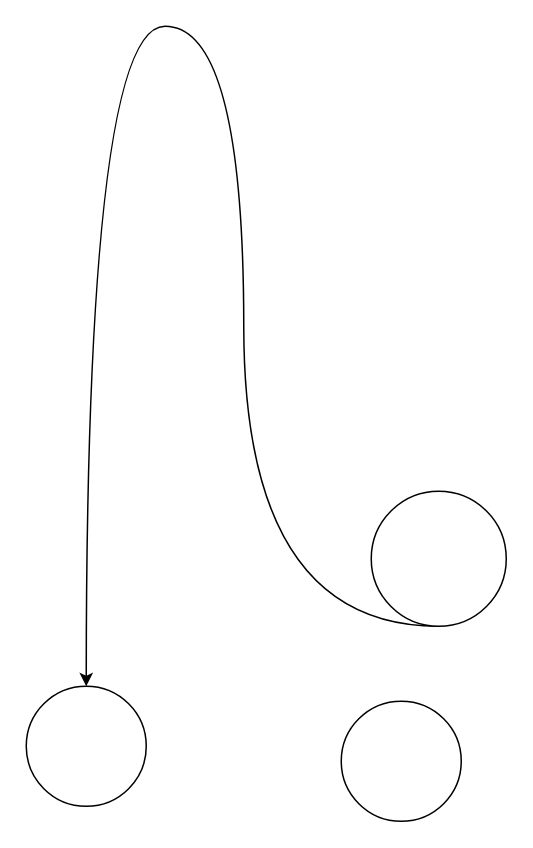
The draw.io diagram test.drawio in vintmd/appdraw, before the edit. Source tidied: cells renumbered, new cells numbered last; positions are measured from the earlier drawing's top-left corner, leaving out a move shared by most shapes. Both pictures are drawn from the tidied source at 150%, with x=0, y=0 at pixel (26, 26).
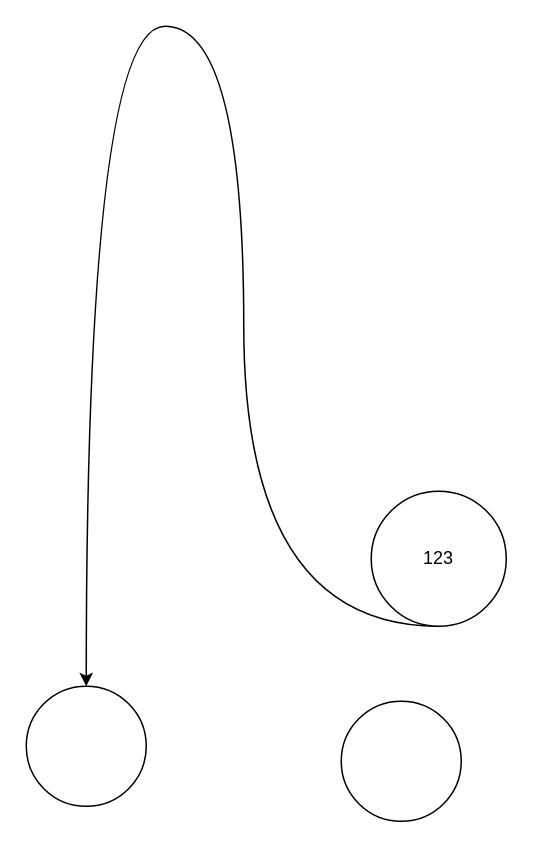
The same page after the edit.

Change to the diagram source:
```diff
@@
 <mxGraphModel>
   <root>
     <mxCell id="0" />
     <mxCell id="1" parent="0" />
     <mxCell id="2" style="edgeStyle=orthogonalEdgeStyle;rounded=0;jettySize=auto;html=1;exitX=0.5;exitY=1;exitDx=0;exitDy=0;entryX=0.5;entryY=0;entryDx=0;entryDy=0;curved=1;" parent="1" edge="1" source="3" target="4">
       <mxGeometry relative="1" as="geometry">
         <Array as="points">
           <mxPoint x="145" y="400" />
           <mxPoint x="145" />
           <mxPoint x="40" />
         </Array>
       </mxGeometry>
     </mxCell>
-    <mxCell id="3" style="ellipse;whiteSpace=wrap;html=1;" parent="1" vertex="1">
+    <mxCell id="3" value="123" style="ellipse;whiteSpace=wrap;html=1;" parent="1" vertex="1">
       <mxGeometry x="230" y="310" width="90" height="90" as="geometry" />
     </mxCell>
     <mxCell id="4" style="ellipse;whiteSpace=wrap;html=1;" parent="1" vertex="1">
       <mxGeometry y="440" width="80" height="80" as="geometry" />
     </mxCell>
     <mxCell id="5" style="ellipse;whiteSpace=wrap;html=1;" parent="1" vertex="1">
       <mxGeometry x="210" y="450" width="80" height="80" as="geometry" />
     </mxCell>
   </root>
 </mxGraphModel>
```
